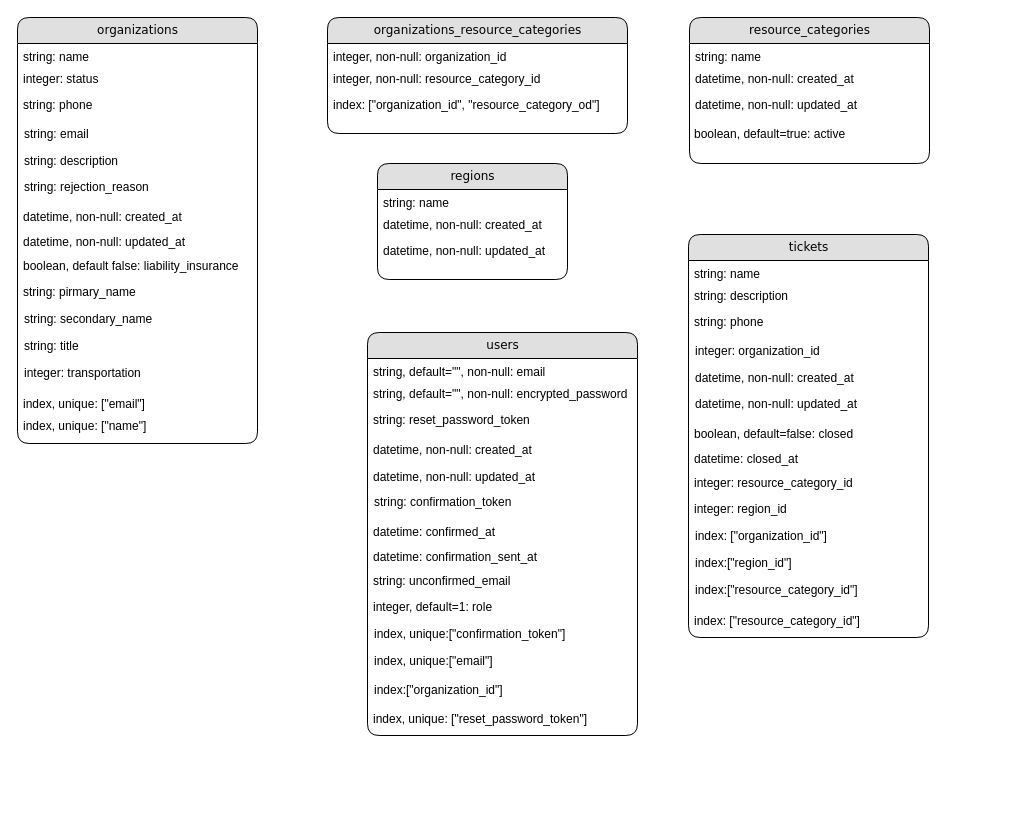
Above: YOLO/ER-Diagram.drawio in werickson24/cs362-coad-resources (draw.io), before the change. Source tidied: cells renumbered, new cells numbered last; positions are measured from the earlier drawing's top-left corner, leaving out a move shared by most shapes. Both pictures are drawn from the tidied source at 100%, with x=0, y=0 at pixel (17, 17).
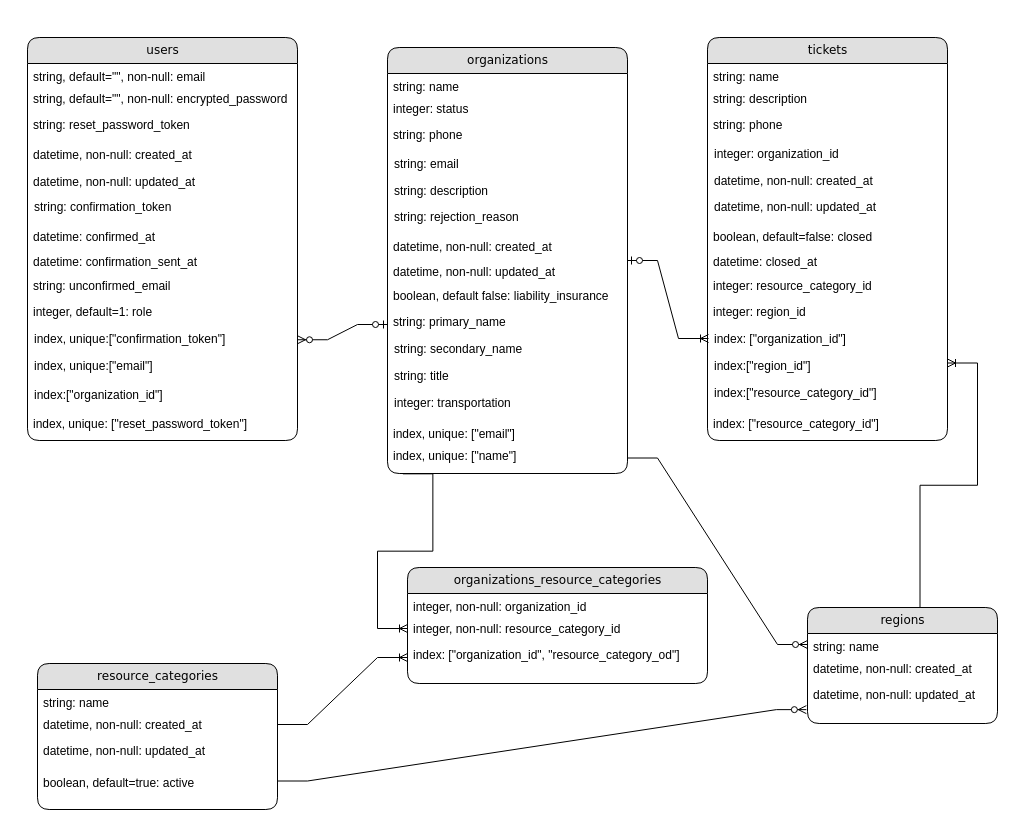
After the change.

Commit message:
added relationship lines to ER diagram

Unchanged cells that the change refers to:
```xml
<mxCell id="20" value="integer, non-null: resource_category_id" style="text;html=1;strokeColor=none;fillColor=none;spacingLeft=4;spacingRight=4;whiteSpace=wrap;overflow=hidden;points=[[0,0.5],[1,0.5]];portConstraint=eastwest;" parent="18" vertex="1">
  <mxGeometry y="48" width="300" height="26" as="geometry" />
</mxCell>
<mxCell id="21" value="index:&amp;nbsp;[&quot;organization_id&quot;, &quot;resource_category_od&quot;]" style="text;html=1;strokeColor=none;fillColor=none;spacingLeft=4;spacingRight=4;whiteSpace=wrap;overflow=hidden;points=[[0,0.5],[1,0.5]];portConstraint=eastwest;" parent="18" vertex="1">
  <mxGeometry y="74" width="300" height="32" as="geometry" />
</mxCell>
<mxCell id="23" value="string: name" style="text;html=1;strokeColor=none;fillColor=none;spacingLeft=4;spacingRight=4;whiteSpace=wrap;overflow=hidden;points=[[0,0.5],[1,0.5]];portConstraint=eastwest;" parent="22" vertex="1">
  <mxGeometry y="26" width="190" height="22" as="geometry" />
</mxCell>
<mxCell id="25" value="datetime, non-null: updated_at" style="text;html=1;strokeColor=none;fillColor=none;spacingLeft=4;spacingRight=4;whiteSpace=wrap;overflow=hidden;points=[[0,0.5],[1,0.5]];portConstraint=eastwest;" parent="22" vertex="1">
  <mxGeometry y="74" width="190" height="32" as="geometry" />
</mxCell>
<mxCell id="28" value="datetime, non-null: created_at" style="text;html=1;strokeColor=none;fillColor=none;spacingLeft=4;spacingRight=4;whiteSpace=wrap;overflow=hidden;points=[[0,0.5],[1,0.5]];portConstraint=eastwest;" parent="26" vertex="1">
  <mxGeometry y="48" width="240" height="26" as="geometry" />
</mxCell>
```

Diff of the diagram source:
```diff
@@
     <mxCell id="2" value="organizations" style="swimlane;html=1;fontStyle=0;horizontal=1;startSize=26;fillColor=#e0e0e0;swimlaneFillColor=#ffffff;align=center;rounded=1;shadow=0;comic=0;labelBackgroundColor=none;strokeWidth=1;fontFamily=Verdana;fontSize=12;" parent="1" vertex="1">
-      <mxGeometry width="240" height="426" as="geometry" />
+      <mxGeometry x="370" y="30" width="240" height="426" as="geometry" />
     </mxCell>
@@
     <mxCell id="6" value="string: email" style="text;html=1;strokeColor=none;fillColor=none;spacingLeft=4;spacingRight=4;whiteSpace=wrap;overflow=hidden;" parent="1" vertex="1">
-      <mxGeometry x="1" y="103" width="239" height="23" as="geometry" />
+      <mxGeometry x="371" y="133" width="239" height="23" as="geometry" />
     </mxCell>
     <mxCell id="7" value="string: description" style="text;html=1;strokeColor=none;fillColor=none;spacingLeft=4;spacingRight=4;whiteSpace=wrap;overflow=hidden;" parent="1" vertex="1">
-      <mxGeometry x="1" y="130" width="209" height="21" as="geometry" />
+      <mxGeometry x="371" y="160" width="209" height="21" as="geometry" />
     </mxCell>
     <mxCell id="8" value="string: rejection_reason" style="text;html=1;strokeColor=none;fillColor=none;spacingLeft=4;spacingRight=4;whiteSpace=wrap;overflow=hidden;" parent="1" vertex="1">
-      <mxGeometry x="1" y="156" width="219" height="30" as="geometry" />
+      <mxGeometry x="371" y="186" width="219" height="30" as="geometry" />
     </mxCell>
     <mxCell id="9" value="datetime, non-null: created_at" style="text;html=1;strokeColor=none;fillColor=none;spacingLeft=4;spacingRight=4;whiteSpace=wrap;overflow=hidden;" parent="1" vertex="1">
-      <mxGeometry y="186" width="210" height="31" as="geometry" />
+      <mxGeometry x="370" y="216" width="210" height="31" as="geometry" />
     </mxCell>
     <mxCell id="10" value="datetime, non-null: updated_at" style="text;html=1;strokeColor=none;fillColor=none;spacingLeft=4;spacingRight=4;whiteSpace=wrap;overflow=hidden;" parent="1" vertex="1">
-      <mxGeometry y="211" width="210" height="22" as="geometry" />
+      <mxGeometry x="370" y="241" width="210" height="22" as="geometry" />
     </mxCell>
     <mxCell id="11" value="boolean, default false: liability_insurance" style="text;html=1;strokeColor=none;fillColor=none;spacingLeft=4;spacingRight=4;whiteSpace=wrap;overflow=hidden;" parent="1" vertex="1">
-      <mxGeometry y="235" width="240" height="26" as="geometry" />
+      <mxGeometry x="370" y="265" width="240" height="26" as="geometry" />
     </mxCell>
-    <mxCell id="12" value="string: pirmary_name" style="text;html=1;strokeColor=none;fillColor=none;spacingLeft=4;spacingRight=4;whiteSpace=wrap;overflow=hidden;points=[[0,0.5],[1,0.5]];portConstraint=eastwest;" parent="1" vertex="1">
-      <mxGeometry y="261" width="210" height="32" as="geometry" />
+    <mxCell id="12" value="string: primary_name" style="text;html=1;strokeColor=none;fillColor=none;spacingLeft=4;spacingRight=4;whiteSpace=wrap;overflow=hidden;points=[[0,0.5],[1,0.5]];portConstraint=eastwest;" parent="1" vertex="1">
+      <mxGeometry x="370" y="291" width="210" height="32" as="geometry" />
     </mxCell>
     <mxCell id="13" value="string: secondary_name" style="text;html=1;strokeColor=none;fillColor=none;spacingLeft=4;spacingRight=4;whiteSpace=wrap;overflow=hidden;" parent="1" vertex="1">
-      <mxGeometry x="1" y="288" width="209" height="26" as="geometry" />
+      <mxGeometry x="371" y="318" width="209" height="26" as="geometry" />
     </mxCell>
     <mxCell id="14" value="string: title" style="text;html=1;strokeColor=none;fillColor=none;spacingLeft=4;spacingRight=4;whiteSpace=wrap;overflow=hidden;" parent="1" vertex="1">
-      <mxGeometry x="1" y="315" width="209" height="21" as="geometry" />
+      <mxGeometry x="371" y="345" width="209" height="21" as="geometry" />
     </mxCell>
     <mxCell id="15" value="integer: transportation" style="text;html=1;strokeColor=none;fillColor=none;spacingLeft=4;spacingRight=4;whiteSpace=wrap;overflow=hidden;" parent="1" vertex="1">
-      <mxGeometry x="1" y="342" width="209" height="29" as="geometry" />
+      <mxGeometry x="371" y="372" width="209" height="29" as="geometry" />
     </mxCell>
     <mxCell id="16" value="index, unique: [&quot;email&quot;]" style="text;html=1;strokeColor=none;fillColor=none;spacingLeft=4;spacingRight=4;whiteSpace=wrap;overflow=hidden;" parent="1" vertex="1">
-      <mxGeometry y="373" width="210" height="31" as="geometry" />
+      <mxGeometry x="370" y="403" width="210" height="31" as="geometry" />
     </mxCell>
     <mxCell id="17" value="index, unique: [&quot;name&quot;]" style="text;html=1;strokeColor=none;fillColor=none;spacingLeft=4;spacingRight=4;whiteSpace=wrap;overflow=hidden;points=[[0,0.5],[1,0.5]];portConstraint=eastwest;" parent="1" vertex="1">
-      <mxGeometry y="395" width="240" height="31" as="geometry" />
+      <mxGeometry x="370" y="425" width="240" height="31" as="geometry" />
     </mxCell>
     <mxCell id="18" value="organizations_resource_categories" style="swimlane;html=1;fontStyle=0;horizontal=1;startSize=26;fillColor=#e0e0e0;swimlaneFillColor=#ffffff;align=center;rounded=1;shadow=0;comic=0;labelBackgroundColor=none;strokeWidth=1;fontFamily=Verdana;fontSize=12;" parent="1" vertex="1">
-      <mxGeometry x="310" width="300" height="116" as="geometry" />
+      <mxGeometry x="390" y="550" width="300" height="116" as="geometry" />
     </mxCell>
@@
     <mxCell id="22" value="regions" style="swimlane;html=1;fontStyle=0;horizontal=1;startSize=26;fillColor=#e0e0e0;swimlaneFillColor=#ffffff;align=center;rounded=1;shadow=0;comic=0;labelBackgroundColor=none;strokeWidth=1;fontFamily=Verdana;fontSize=12;" parent="1" vertex="1">
-      <mxGeometry x="360" y="146" width="190" height="116" as="geometry" />
+      <mxGeometry x="790" y="590" width="190" height="116" as="geometry" />
     </mxCell>
@@
     <mxCell id="26" value="resource_categories" style="swimlane;html=1;fontStyle=0;horizontal=1;startSize=26;fillColor=#e0e0e0;swimlaneFillColor=#ffffff;align=center;rounded=1;shadow=0;comic=0;labelBackgroundColor=none;strokeWidth=1;fontFamily=Verdana;fontSize=12;" parent="1" vertex="1">
-      <mxGeometry x="672" width="240" height="146" as="geometry" />
+      <mxGeometry x="20" y="646" width="240" height="146" as="geometry" />
     </mxCell>
@@
-    <mxCell id="30" value="boolean, default=true: active" style="text;html=1;strokeColor=none;fillColor=none;spacingLeft=4;spacingRight=4;whiteSpace=wrap;overflow=hidden;points=[[0,0.5],[1,0.5]];portConstraint=eastwest;" parent="1" vertex="1">
-      <mxGeometry x="671" y="103" width="239" height="23" as="geometry" />
+    <mxCell id="30" value="boolean, default=true: active" style="text;html=1;strokeColor=none;fillColor=none;spacingLeft=4;spacingRight=4;whiteSpace=wrap;overflow=hidden;points=[[0,0.5],[1,0.5]];portConstraint=eastwest;" parent="26" vertex="1">
+      <mxGeometry y="106" width="240" height="23" as="geometry" />
     </mxCell>
     <mxCell id="31" value="tickets" style="swimlane;html=1;fontStyle=0;horizontal=1;startSize=26;fillColor=#e0e0e0;swimlaneFillColor=#ffffff;align=center;rounded=1;shadow=0;comic=0;labelBackgroundColor=none;strokeWidth=1;fontFamily=Verdana;fontSize=12;" parent="1" vertex="1">
-      <mxGeometry x="671" y="217" width="240" height="403" as="geometry" />
+      <mxGeometry x="690" y="20" width="240" height="403" as="geometry" />
     </mxCell>
@@
     <mxCell id="35" value="integer: organization_id" style="text;html=1;strokeColor=none;fillColor=none;spacingLeft=4;spacingRight=4;whiteSpace=wrap;overflow=hidden;" parent="1" vertex="1">
-      <mxGeometry x="672" y="320" width="239" height="23" as="geometry" />
+      <mxGeometry x="691" y="123" width="239" height="23" as="geometry" />
     </mxCell>
     <mxCell id="36" value="datetime, non-null: created_at" style="text;html=1;strokeColor=none;fillColor=none;spacingLeft=4;spacingRight=4;whiteSpace=wrap;overflow=hidden;" parent="1" vertex="1">
-      <mxGeometry x="672" y="347" width="209" height="21" as="geometry" />
+      <mxGeometry x="691" y="150" width="209" height="21" as="geometry" />
     </mxCell>
     <mxCell id="37" value="datetime, non-null: updated_at" style="text;html=1;strokeColor=none;fillColor=none;spacingLeft=4;spacingRight=4;whiteSpace=wrap;overflow=hidden;" parent="1" vertex="1">
-      <mxGeometry x="672" y="373" width="219" height="30" as="geometry" />
+      <mxGeometry x="691" y="176" width="219" height="30" as="geometry" />
     </mxCell>
     <mxCell id="38" value="boolean, default=false: closed" style="text;html=1;strokeColor=none;fillColor=none;spacingLeft=4;spacingRight=4;whiteSpace=wrap;overflow=hidden;" parent="1" vertex="1">
-      <mxGeometry x="671" y="403" width="210" height="31" as="geometry" />
+      <mxGeometry x="690" y="206" width="210" height="31" as="geometry" />
     </mxCell>
     <mxCell id="39" value="datetime: closed_at" style="text;html=1;strokeColor=none;fillColor=none;spacingLeft=4;spacingRight=4;whiteSpace=wrap;overflow=hidden;" parent="1" vertex="1">
-      <mxGeometry x="671" y="428" width="210" height="22" as="geometry" />
+      <mxGeometry x="690" y="231" width="210" height="22" as="geometry" />
     </mxCell>
     <mxCell id="40" value="integer: resource_category_id" style="text;html=1;strokeColor=none;fillColor=none;spacingLeft=4;spacingRight=4;whiteSpace=wrap;overflow=hidden;" parent="1" vertex="1">
-      <mxGeometry x="671" y="452" width="240" height="26" as="geometry" />
+      <mxGeometry x="690" y="255" width="240" height="26" as="geometry" />
     </mxCell>
     <mxCell id="41" value="integer: region_id" style="text;html=1;strokeColor=none;fillColor=none;spacingLeft=4;spacingRight=4;whiteSpace=wrap;overflow=hidden;" parent="1" vertex="1">
-      <mxGeometry x="671" y="478" width="210" height="32" as="geometry" />
+      <mxGeometry x="690" y="281" width="210" height="32" as="geometry" />
     </mxCell>
     <mxCell id="42" value="index: [&quot;organization_id&quot;]" style="text;html=1;strokeColor=none;fillColor=none;spacingLeft=4;spacingRight=4;whiteSpace=wrap;overflow=hidden;points=[[0,0.5],[1,0.5]];portConstraint=eastwest;" parent="1" vertex="1">
-      <mxGeometry x="672" y="505" width="209" height="26" as="geometry" />
+      <mxGeometry x="691" y="308" width="209" height="26" as="geometry" />
     </mxCell>
     <mxCell id="43" value="index:[&quot;region_id&quot;]" style="text;html=1;strokeColor=none;fillColor=none;spacingLeft=4;spacingRight=4;whiteSpace=wrap;overflow=hidden;points=[[0,0.5],[1,0.5]];portConstraint=eastwest;" parent="1" vertex="1">
-      <mxGeometry x="672" y="532" width="209" height="21" as="geometry" />
+      <mxGeometry x="691" y="335" width="239" height="21" as="geometry" />
     </mxCell>
     <mxCell id="44" value="index:[&quot;resource_category_id&quot;]" style="text;html=1;strokeColor=none;fillColor=none;spacingLeft=4;spacingRight=4;whiteSpace=wrap;overflow=hidden;" parent="1" vertex="1">
-      <mxGeometry x="672" y="559" width="209" height="29" as="geometry" />
+      <mxGeometry x="691" y="362" width="209" height="29" as="geometry" />
     </mxCell>
     <mxCell id="45" value="index: [&quot;resource_category_id&quot;]" style="text;html=1;strokeColor=none;fillColor=none;spacingLeft=4;spacingRight=4;whiteSpace=wrap;overflow=hidden;" parent="1" vertex="1">
-      <mxGeometry x="671" y="590" width="210" height="31" as="geometry" />
+      <mxGeometry x="690" y="393" width="210" height="31" as="geometry" />
     </mxCell>
     <mxCell id="46" value="users" style="swimlane;html=1;fontStyle=0;horizontal=1;startSize=26;fillColor=#e0e0e0;swimlaneFillColor=#ffffff;align=center;rounded=1;shadow=0;comic=0;labelBackgroundColor=none;strokeWidth=1;fontFamily=Verdana;fontSize=12;" parent="1" vertex="1">
-      <mxGeometry x="350" y="315" width="270" height="403" as="geometry" />
+      <mxGeometry x="10" y="20" width="270" height="403" as="geometry" />
     </mxCell>
@@
     <mxCell id="50" value="string: confirmation_token" style="text;html=1;strokeColor=none;fillColor=none;spacingLeft=4;spacingRight=4;whiteSpace=wrap;overflow=hidden;" parent="1" vertex="1">
-      <mxGeometry x="351" y="471" width="219" height="30" as="geometry" />
+      <mxGeometry x="11" y="176" width="219" height="30" as="geometry" />
     </mxCell>
     <mxCell id="51" value="datetime: confirmed_at" style="text;html=1;strokeColor=none;fillColor=none;spacingLeft=4;spacingRight=4;whiteSpace=wrap;overflow=hidden;" parent="1" vertex="1">
-      <mxGeometry x="350" y="501" width="210" height="31" as="geometry" />
+      <mxGeometry x="10" y="206" width="210" height="31" as="geometry" />
     </mxCell>
     <mxCell id="52" value="datetime: confirmation_sent_at" style="text;html=1;strokeColor=none;fillColor=none;spacingLeft=4;spacingRight=4;whiteSpace=wrap;overflow=hidden;" parent="1" vertex="1">
-      <mxGeometry x="350" y="526" width="210" height="22" as="geometry" />
+      <mxGeometry x="10" y="231" width="210" height="22" as="geometry" />
     </mxCell>
     <mxCell id="53" value="string: unconfirmed_email" style="text;html=1;strokeColor=none;fillColor=none;spacingLeft=4;spacingRight=4;whiteSpace=wrap;overflow=hidden;" parent="1" vertex="1">
-      <mxGeometry x="350" y="550" width="240" height="26" as="geometry" />
+      <mxGeometry x="10" y="255" width="240" height="26" as="geometry" />
     </mxCell>
     <mxCell id="54" value="integer, default=1: role" style="text;html=1;strokeColor=none;fillColor=none;spacingLeft=4;spacingRight=4;whiteSpace=wrap;overflow=hidden;" parent="1" vertex="1">
-      <mxGeometry x="350" y="576" width="210" height="32" as="geometry" />
+      <mxGeometry x="10" y="281" width="210" height="32" as="geometry" />
     </mxCell>
     <mxCell id="55" value="index, unique:[&quot;confirmation_token&quot;]" style="text;html=1;strokeColor=none;fillColor=none;spacingLeft=4;spacingRight=4;whiteSpace=wrap;overflow=hidden;" parent="1" vertex="1">
-      <mxGeometry x="351" y="603" width="209" height="26" as="geometry" />
+      <mxGeometry x="11" y="308" width="209" height="26" as="geometry" />
     </mxCell>
     <mxCell id="56" value="index, unique:[&quot;email&quot;]" style="text;html=1;strokeColor=none;fillColor=none;spacingLeft=4;spacingRight=4;whiteSpace=wrap;overflow=hidden;" parent="1" vertex="1">
-      <mxGeometry x="351" y="630" width="209" height="21" as="geometry" />
+      <mxGeometry x="11" y="335" width="209" height="21" as="geometry" />
     </mxCell>
     <mxCell id="57" value="index:[&quot;organization_id&quot;]" style="text;html=1;strokeColor=none;fillColor=none;spacingLeft=4;spacingRight=4;whiteSpace=wrap;overflow=hidden;" parent="1" vertex="1">
-      <mxGeometry x="351" y="659" width="209" height="29" as="geometry" />
+      <mxGeometry x="11" y="364" width="269" height="29" as="geometry" />
     </mxCell>
     <mxCell id="58" value="index, unique: [&quot;reset_password_token&quot;]" style="text;html=1;strokeColor=none;fillColor=none;spacingLeft=4;spacingRight=4;whiteSpace=wrap;overflow=hidden;" parent="1" vertex="1">
-      <mxGeometry x="350" y="688" width="270" height="31" as="geometry" />
+      <mxGeometry x="10" y="393" width="270" height="31" as="geometry" />
     </mxCell>
     <mxCell id="59" value="datetime, non-null: created_at" style="text;html=1;strokeColor=none;fillColor=none;spacingLeft=4;spacingRight=4;whiteSpace=wrap;overflow=hidden;" parent="1" vertex="1">
-      <mxGeometry x="350" y="419" width="270" height="21" as="geometry" />
+      <mxGeometry x="10" y="124" width="270" height="21" as="geometry" />
     </mxCell>
     <mxCell id="60" value="datetime, non-null: updated_at" style="text;html=1;strokeColor=none;fillColor=none;spacingLeft=4;spacingRight=4;whiteSpace=wrap;overflow=hidden;" parent="1" vertex="1">
-      <mxGeometry x="350" y="446" width="219" height="30" as="geometry" />
+      <mxGeometry x="10" y="151" width="219" height="30" as="geometry" />
     </mxCell>
+    <mxCell id="61" style="edgeStyle=entityRelationEdgeStyle;fontSize=12;html=1;endArrow=ERzeroToMany;startArrow=ERzeroToOne;rounded=0;entryX=1;entryY=0.75;entryDx=0;entryDy=0;exitX=0;exitY=0.5;exitDx=0;exitDy=0;" parent="1" edge="1" source="12" target="46">
+      <mxGeometry relative="1" as="geometry">
+        <Array as="points">
+          <mxPoint x="-225" y="520" />
+        </Array>
+      </mxGeometry>
+    </mxCell>
+    <mxCell id="62" style="edgeStyle=entityRelationEdgeStyle;fontSize=12;html=1;endArrow=ERoneToMany;startArrow=ERzeroToOne;rounded=0;entryX=0;entryY=0.5;entryDx=0;entryDy=0;exitX=1;exitY=0.5;exitDx=0;exitDy=0;" parent="1" edge="1" source="2" target="42">
+      <mxGeometry relative="1" as="geometry" />
+    </mxCell>
+    <mxCell id="63" style="edgeStyle=entityRelationEdgeStyle;fontSize=12;html=1;endArrow=ERoneToMany;rounded=0;exitX=1;exitY=0.5;exitDx=0;exitDy=0;entryX=0;entryY=0.5;entryDx=0;entryDy=0;" parent="1" edge="1" source="28" target="21">
+      <mxGeometry relative="1" as="geometry" />
+    </mxCell>
+    <mxCell id="64" style="edgeStyle=entityRelationEdgeStyle;fontSize=12;html=1;endArrow=ERoneToMany;rounded=0;entryX=0;entryY=0.5;entryDx=0;entryDy=0;exitX=0.064;exitY=1.011;exitDx=0;exitDy=0;exitPerimeter=0;" parent="1" edge="1" source="17" target="20">
+      <mxGeometry relative="1" as="geometry">
+        <Array as="points">
+          <mxPoint x="380" y="420" />
+          <mxPoint x="230" y="500" />
+          <mxPoint x="570" y="510" />
+        </Array>
+      </mxGeometry>
+    </mxCell>
+    <mxCell id="65" style="edgeStyle=entityRelationEdgeStyle;fontSize=12;html=1;endArrow=ERoneToMany;rounded=0;entryX=1;entryY=0.5;entryDx=0;entryDy=0;exitX=0.75;exitY=0;exitDx=0;exitDy=0;" parent="1" edge="1" source="22" target="43">
+      <mxGeometry relative="1" as="geometry" />
+    </mxCell>
+    <mxCell id="66" style="edgeStyle=entityRelationEdgeStyle;fontSize=12;html=1;endArrow=ERzeroToMany;endFill=1;rounded=0;exitX=1;exitY=0.5;exitDx=0;exitDy=0;entryX=0;entryY=0.5;entryDx=0;entryDy=0;" parent="1" edge="1" source="17" target="23">
+      <mxGeometry relative="1" as="geometry" />
+    </mxCell>
+    <mxCell id="67" style="edgeStyle=entityRelationEdgeStyle;fontSize=12;html=1;endArrow=ERzeroToMany;endFill=1;rounded=0;exitX=1;exitY=0.5;exitDx=0;exitDy=0;entryX=-0.006;entryY=0.879;entryDx=0;entryDy=0;entryPerimeter=0;" parent="1" edge="1" source="30" target="25">
+      <mxGeometry relative="1" as="geometry" />
+    </mxCell>
```
